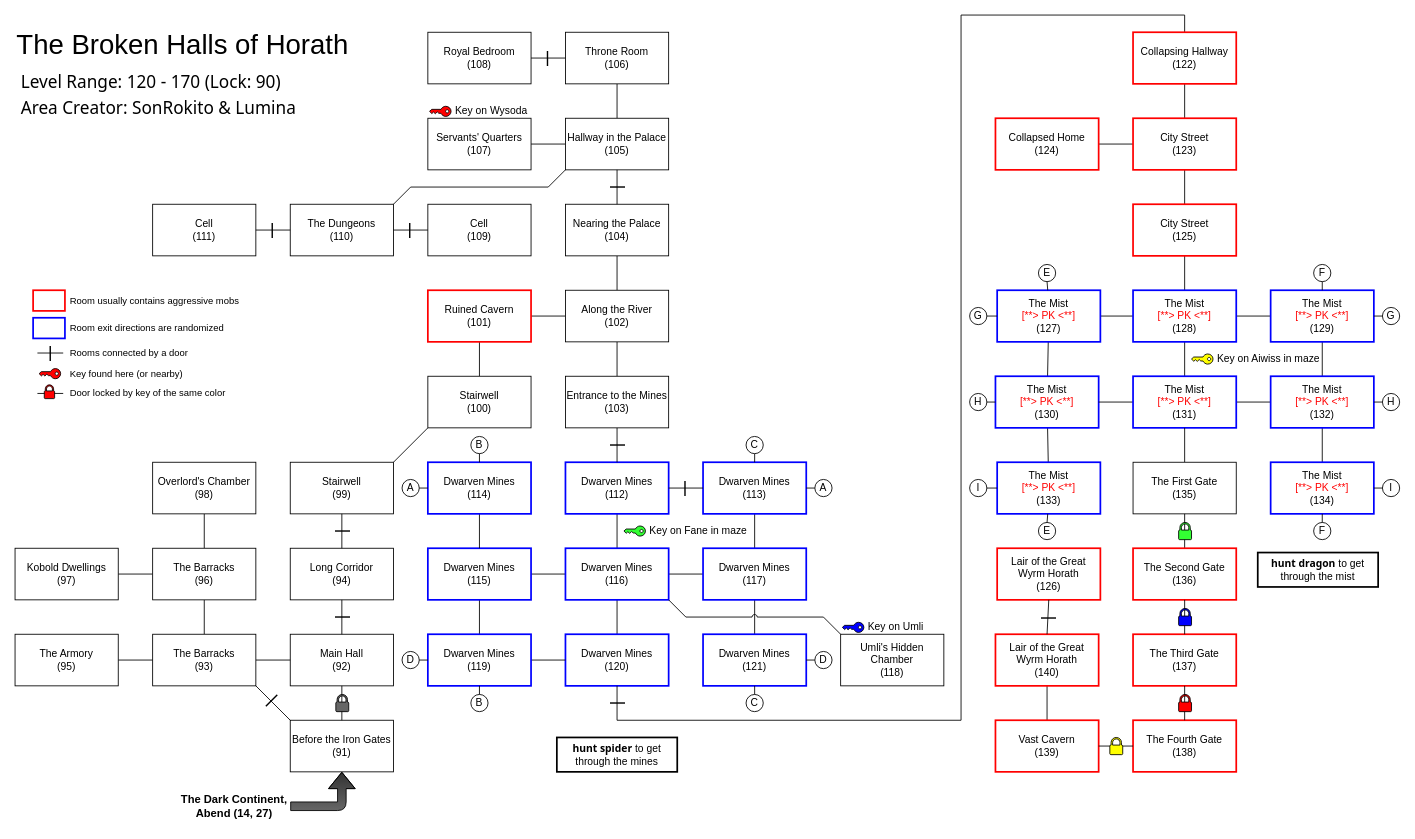
nohbdy/aardwolf-maps keeps this draw.io diagram as horath.drawio. Above is the earlier version. Source tidied: cells renumbered, new cells numbered last; positions are measured from the earlier drawing's top-left corner, leaving out a move shared by most shapes. Both pictures are drawn from the tidied source at 86%, with x=0, y=0 at pixel (15, 15).
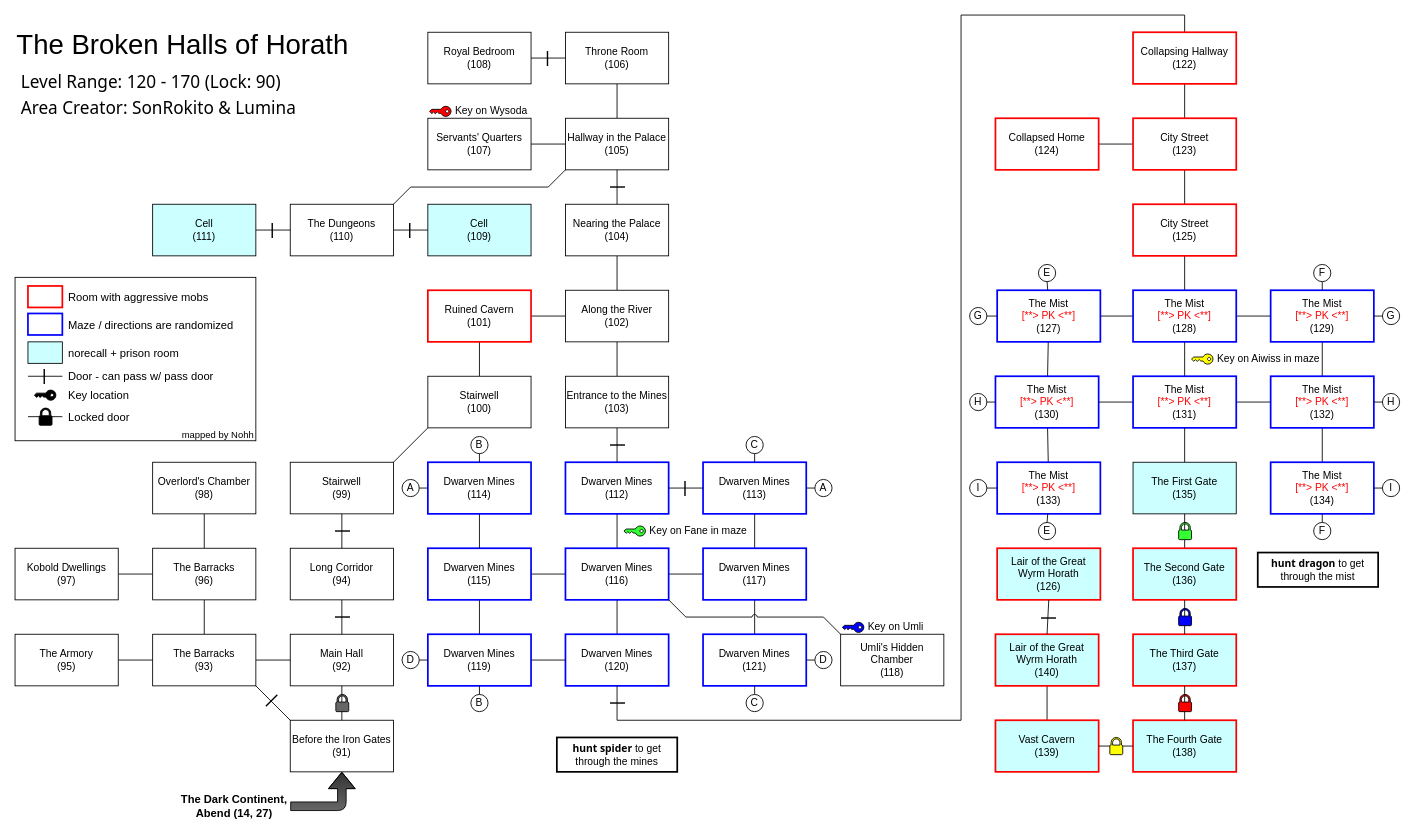
Above is the later version.

The edit, as a diff of the source:
```diff
@@
     <object id="47" label="%name%&lt;font color=&quot;#ff0000&quot;&gt;%pk%&lt;/font&gt;&lt;br&gt;(%room%)" name="Cell" pk="" placeholders="1" room="109">
-      <mxCell style="rounded=0;whiteSpace=wrap;html=1;" parent="1" vertex="1">
+      <mxCell style="rounded=0;whiteSpace=wrap;html=1;fillColor=#CCFFFF;" parent="1" vertex="1">
         <mxGeometry x="480" y="220" width="120" height="60" as="geometry" />
       </mxCell>
     </object>
     <object id="48" label="%name%&lt;font color=&quot;#ff0000&quot;&gt;%pk%&lt;/font&gt;&lt;br&gt;(%room%)" name="Cell" pk="" placeholders="1" room="111">
-      <mxCell style="rounded=0;whiteSpace=wrap;html=1;" parent="1" vertex="1">
+      <mxCell style="rounded=0;whiteSpace=wrap;html=1;fillColor=#CCFFFF;" parent="1" vertex="1">
         <mxGeometry x="160" y="220" width="120" height="60" as="geometry" />
       </mxCell>
     </object>
@@
     <object id="124" label="%name%&lt;font color=&quot;#ff0000&quot;&gt;%pk%&lt;/font&gt;&lt;br&gt;(%room%)" name="The First Gate" pk="" placeholders="1" room="135">
-      <mxCell style="rounded=0;whiteSpace=wrap;html=1;" parent="1" vertex="1">
+      <mxCell style="rounded=0;whiteSpace=wrap;html=1;fillColor=#CCFFFF;" parent="1" vertex="1">
         <mxGeometry x="1300" y="520" width="120" height="60" as="geometry" />
       </mxCell>
     </object>
@@
     <object id="149" label="%name%&lt;font color=&quot;#ff0000&quot;&gt;%pk%&lt;/font&gt;&lt;br&gt;(%room%)" name="The Second Gate" pk="" placeholders="1" room="136">
-      <mxCell style="rounded=0;whiteSpace=wrap;html=1;strokeColor=#FF0000;strokeWidth=2;" parent="1" vertex="1">
+      <mxCell style="rounded=0;whiteSpace=wrap;html=1;strokeColor=#FF0000;strokeWidth=2;fillColor=#CCFFFF;" parent="1" vertex="1">
         <mxGeometry x="1300" y="620" width="120" height="60" as="geometry" />
       </mxCell>
     </object>
     <object id="150" label="%name%&lt;font color=&quot;#ff0000&quot;&gt;%pk%&lt;/font&gt;&lt;br&gt;(%room%)" name="The Third Gate" pk="" placeholders="1" room="137">
-      <mxCell style="rounded=0;whiteSpace=wrap;html=1;strokeColor=#FF0000;strokeWidth=2;" parent="1" vertex="1">
+      <mxCell style="rounded=0;whiteSpace=wrap;html=1;strokeColor=#FF0000;strokeWidth=2;fillColor=#CCFFFF;" parent="1" vertex="1">
         <mxGeometry x="1300" y="720" width="120" height="60" as="geometry" />
       </mxCell>
     </object>
@@
     <object id="153" label="%name%&lt;font color=&quot;#ff0000&quot;&gt;%pk%&lt;/font&gt;&lt;br&gt;(%room%)" name="The Fourth Gate" pk="" placeholders="1" room="138">
-      <mxCell style="rounded=0;whiteSpace=wrap;html=1;strokeColor=#FF0000;strokeWidth=2;" parent="1" vertex="1">
+      <mxCell style="rounded=0;whiteSpace=wrap;html=1;strokeColor=#FF0000;strokeWidth=2;fillColor=#CCFFFF;" parent="1" vertex="1">
         <mxGeometry x="1300" y="820" width="120" height="60" as="geometry" />
       </mxCell>
     </object>
@@
     <object id="157" label="%name%&lt;font color=&quot;#ff0000&quot;&gt;%pk%&lt;/font&gt;&lt;br&gt;(%room%)" name="Vast Cavern" pk="" placeholders="1" room="139">
-      <mxCell style="rounded=0;whiteSpace=wrap;html=1;strokeColor=#FF0000;strokeWidth=2;" parent="1" vertex="1">
+      <mxCell style="rounded=0;whiteSpace=wrap;html=1;strokeColor=#FF0000;strokeWidth=2;fillColor=#CCFFFF;" parent="1" vertex="1">
         <mxGeometry x="1140" y="820" width="120" height="60" as="geometry" />
       </mxCell>
     </object>
     <object id="158" label="%name%&lt;font color=&quot;#ff0000&quot;&gt;%pk%&lt;/font&gt;&lt;br&gt;(%room%)" name="Lair of the Great Wyrm Horath" pk="" placeholders="1" room="140">
-      <mxCell style="rounded=0;whiteSpace=wrap;html=1;strokeColor=#FF0000;strokeWidth=2;" parent="1" vertex="1">
+      <mxCell style="rounded=0;whiteSpace=wrap;html=1;strokeColor=#FF0000;strokeWidth=2;fillColor=#CCFFFF;" parent="1" vertex="1">
         <mxGeometry x="1140" y="720" width="120" height="60" as="geometry" />
       </mxCell>
     </object>
     <object id="159" label="%name%&lt;font color=&quot;#ff0000&quot;&gt;%pk%&lt;/font&gt;&lt;br&gt;(%room%)" name="Lair of the Great Wyrm Horath" pk="" placeholders="1" room="126">
-      <mxCell style="rounded=0;whiteSpace=wrap;html=1;strokeColor=#FF0000;strokeWidth=2;" parent="1" vertex="1">
+      <mxCell style="rounded=0;whiteSpace=wrap;html=1;strokeColor=#FF0000;strokeWidth=2;fillColor=#CCFFFF;" parent="1" vertex="1">
         <mxGeometry x="1142" y="620" width="120" height="60" as="geometry" />
       </mxCell>
     </object>
@@
-    <mxCell id="171" style="rounded=0;whiteSpace=wrap;html=1;strokeWidth=2;align=center;fillColor=#FFFFFF;strokeColor=#0000FF;" parent="1" vertex="1">
-      <mxGeometry x="21" y="352" width="37" height="24" as="geometry" />
-    </mxCell>
-    <mxCell id="172" style="rounded=0;whiteSpace=wrap;html=1;strokeColor=#FF0000;strokeWidth=2;align=center;fillColor=#FFFFFF;" parent="1" vertex="1">
-      <mxGeometry x="21" y="320" width="37" height="24" as="geometry" />
-    </mxCell>
-    <mxCell id="173" value="Room usually contains aggressive mobs" style="text;html=1;strokeColor=none;fillColor=none;align=left;verticalAlign=middle;whiteSpace=wrap;rounded=0;fontSize=11;" parent="1" vertex="1">
-      <mxGeometry x="62" y="322" width="209" height="20" as="geometry" />
-    </mxCell>
-    <mxCell id="174" value="Room exit directions are randomized" style="text;html=1;strokeColor=none;fillColor=none;align=left;verticalAlign=middle;whiteSpace=wrap;rounded=0;fontSize=11;" parent="1" vertex="1">
-      <mxGeometry x="62" y="354" width="195" height="20" as="geometry" />
-    </mxCell>
-    <mxCell id="175" style="sketch=0;shadow=0;dashed=0;html=1;labelPosition=center;verticalLabelPosition=bottom;verticalAlign=top;align=center;shape=mxgraph.office.security.key_permissions;strokeWidth=1;direction=south;strokeColor=#000000;fillColor=#FF0000;" parent="1" vertex="1">
-      <mxGeometry x="28" y="411.1" width="25" height="11.8" as="geometry" />
-    </mxCell>
-    <mxCell id="176" value="Key found here (or nearby)" style="text;html=1;strokeColor=none;fillColor=none;align=left;verticalAlign=middle;whiteSpace=wrap;rounded=0;fontSize=11;" parent="1" vertex="1">
-      <mxGeometry x="62" y="407" width="195" height="20" as="geometry" />
-    </mxCell>
-    <mxCell id="177" style="endArrow=none;html=1;rounded=0;shadow=0;sketch=0;fontSize=13;strokeColor=default;jumpStyle=none;jumpSize=6;verticalAlign=middle;horizontal=1;endFill=0;" parent="1" edge="1">
-      <mxGeometry relative="1" as="geometry">
-        <mxPoint x="26" y="393" as="sourcePoint" />
-        <mxPoint x="56" y="393" as="targetPoint" />
-      </mxGeometry>
-    </mxCell>
-    <mxCell id="178" value="&lt;div style=&quot;font-size: 20px;&quot;&gt;|&lt;/div&gt;" style="edgeLabel;html=1;align=center;verticalAlign=middle;fontSize=20;strokeColor=#630000;strokeWidth=1;fillColor=#FF0000;gradientColor=none;horizontal=1;labelBackgroundColor=none;direction=south;rotation=0;" parent="177" vertex="1">
-      <mxGeometry relative="1" as="geometry">
-        <mxPoint x="-1" y="-3" as="offset" />
-      </mxGeometry>
-    </mxCell>
-    <mxCell id="179" value="Rooms connected by a door" style="text;html=1;strokeColor=none;fillColor=none;align=left;verticalAlign=middle;whiteSpace=wrap;rounded=0;fontSize=11;" parent="1" vertex="1">
-      <mxGeometry x="62" y="383" width="195" height="20" as="geometry" />
-    </mxCell>
-    <mxCell id="180" style="endArrow=none;html=1;rounded=0;shadow=0;sketch=0;strokeColor=default;jumpStyle=none;endFill=0;" parent="1" edge="1">
-      <mxGeometry relative="1" as="geometry">
-        <mxPoint x="26" y="440" as="sourcePoint" />
-        <mxPoint x="56" y="440" as="targetPoint" />
-      </mxGeometry>
-    </mxCell>
-    <mxCell id="181" style="shape=mxgraph.office.security.lock_protected;html=1;strokeColor=default;strokeWidth=1;fillColor=#FF0000;" parent="180" vertex="1">
-      <mxGeometry width="12" height="16" relative="1" as="geometry">
-        <mxPoint x="-7" y="-10" as="offset" />
-      </mxGeometry>
-    </mxCell>
-    <mxCell id="182" value="Door locked by key of the same color" style="text;html=1;strokeColor=none;fillColor=none;align=left;verticalAlign=middle;whiteSpace=wrap;rounded=0;fontSize=11;" parent="1" vertex="1">
-      <mxGeometry x="62" y="429" width="195" height="20" as="geometry" />
-    </mxCell>
@@
+    <mxCell id="190" style="rounded=0;whiteSpace=wrap;html=1;fontSize=13;strokeWidth=1;fillColor=default;" parent="1" vertex="1">
+      <mxGeometry y="305" width="280" height="190" as="geometry" />
+    </mxCell>
+    <mxCell id="191" style="rounded=0;whiteSpace=wrap;html=1;fontSize=13;strokeWidth=2;fillColor=#FFFFFF;strokeColor=#FF0000;" parent="1" vertex="1">
+      <mxGeometry x="15" y="315" width="40" height="25" as="geometry" />
+    </mxCell>
+    <mxCell id="192" style="endArrow=none;html=1;rounded=0;shadow=0;sketch=0;fontSize=13;jumpStyle=none;jumpSize=6;verticalAlign=middle;horizontal=1;endFill=0;fillColor=none;gradientColor=none;strokeColor=#000000;" parent="1" edge="1">
+      <mxGeometry relative="1" as="geometry">
+        <mxPoint x="15" y="420" as="sourcePoint" />
+        <mxPoint x="55" y="420" as="targetPoint" />
+      </mxGeometry>
+    </mxCell>
+    <mxCell id="178" value="&lt;div style=&quot;font-size: 20px;&quot;&gt;|&lt;/div&gt;" style="edgeLabel;html=1;align=center;verticalAlign=middle;fontSize=20;strokeColor=#630000;strokeWidth=1;fillColor=#FF0000;gradientColor=none;horizontal=1;labelBackgroundColor=none;direction=south;rotation=0;" parent="192" vertex="1">
+      <mxGeometry relative="1" as="geometry">
+        <mxPoint x="-2" y="-3" as="offset" />
+      </mxGeometry>
+    </mxCell>
+    <mxCell id="193" value="Room with aggressive mobs" style="text;html=1;strokeColor=none;fillColor=none;align=left;verticalAlign=middle;whiteSpace=wrap;rounded=0;fontSize=13;" parent="1" vertex="1">
+      <mxGeometry x="60" y="317.5" width="210" height="20" as="geometry" />
+    </mxCell>
+    <mxCell id="194" value="Door - can pass w/ pass door" style="text;html=1;strokeColor=none;fillColor=none;align=left;verticalAlign=middle;whiteSpace=wrap;rounded=0;fontSize=13;" parent="1" vertex="1">
+      <mxGeometry x="60" y="410" width="210" height="20" as="geometry" />
+    </mxCell>
+    <mxCell id="195" style="rounded=0;whiteSpace=wrap;html=1;fontSize=13;strokeWidth=2;fillColor=#FFFFFF;strokeColor=#0000FF;" parent="1" vertex="1">
+      <mxGeometry x="15" y="347" width="40" height="25" as="geometry" />
+    </mxCell>
+    <mxCell id="196" value="Maze / directions are randomized" style="text;html=1;strokeColor=none;fillColor=none;align=left;verticalAlign=middle;whiteSpace=wrap;rounded=0;fontSize=13;" parent="1" vertex="1">
+      <mxGeometry x="60" y="349.5" width="210" height="20" as="geometry" />
+    </mxCell>
+    <mxCell id="197" style="sketch=0;shadow=0;dashed=0;html=1;labelPosition=center;verticalLabelPosition=bottom;verticalAlign=top;align=center;shape=mxgraph.office.security.key_permissions;strokeWidth=1;direction=south;strokeColor=#000000;fillColor=#000000;" parent="1" vertex="1">
+      <mxGeometry x="22.5" y="436.1" width="25" height="11.8" as="geometry" />
+    </mxCell>
+    <mxCell id="198" value="Key location" style="text;html=1;strokeColor=none;fillColor=none;align=left;verticalAlign=middle;whiteSpace=wrap;rounded=0;fontSize=13;" parent="1" vertex="1">
+      <mxGeometry x="60" y="432" width="210" height="20" as="geometry" />
+    </mxCell>
+    <mxCell id="199" style="endArrow=none;html=1;rounded=0;shadow=0;sketch=0;strokeColor=default;jumpStyle=none;endFill=0;fontFamily=Helvetica;fontColor=#000000;" parent="1" edge="1">
+      <mxGeometry relative="1" as="geometry">
+        <mxPoint x="15" y="467" as="sourcePoint" />
+        <mxPoint x="55" y="467" as="targetPoint" />
+      </mxGeometry>
+    </mxCell>
+    <mxCell id="200" style="shape=mxgraph.office.security.lock_protected;html=1;strokeColor=default;strokeWidth=1;fillColor=#000000;fontFamily=Helvetica;fontColor=#000000;" parent="199" vertex="1">
+      <mxGeometry width="15" height="20" relative="1" as="geometry">
+        <mxPoint x="-7" y="-10" as="offset" />
+      </mxGeometry>
+    </mxCell>
+    <mxCell id="201" value="Locked door" style="text;html=1;strokeColor=none;fillColor=none;align=left;verticalAlign=middle;whiteSpace=wrap;rounded=0;fontSize=13;" parent="1" vertex="1">
+      <mxGeometry x="60" y="457" width="210" height="20" as="geometry" />
+    </mxCell>
+    <mxCell id="202" style="rounded=0;whiteSpace=wrap;html=1;fontSize=13;strokeWidth=1;fillColor=#CCFFFF;strokeColor=#000000;" parent="1" vertex="1">
+      <mxGeometry x="15" y="380" width="40" height="25" as="geometry" />
+    </mxCell>
+    <mxCell id="203" value="norecall + prison room" style="text;html=1;strokeColor=none;fillColor=none;align=left;verticalAlign=middle;whiteSpace=wrap;rounded=0;fontSize=13;" parent="1" vertex="1">
+      <mxGeometry x="60" y="382.5" width="210" height="20" as="geometry" />
+    </mxCell>
+    <mxCell id="204" value="mapped by Nohh" style="text;html=1;strokeColor=none;fillColor=none;align=right;verticalAlign=middle;whiteSpace=wrap;rounded=0;fontSize=11;fontStyle=0;fontFamily=Helvetica;" parent="1" vertex="1">
+      <mxGeometry x="171" y="481" width="109" height="14" as="geometry" />
+    </mxCell>
```
